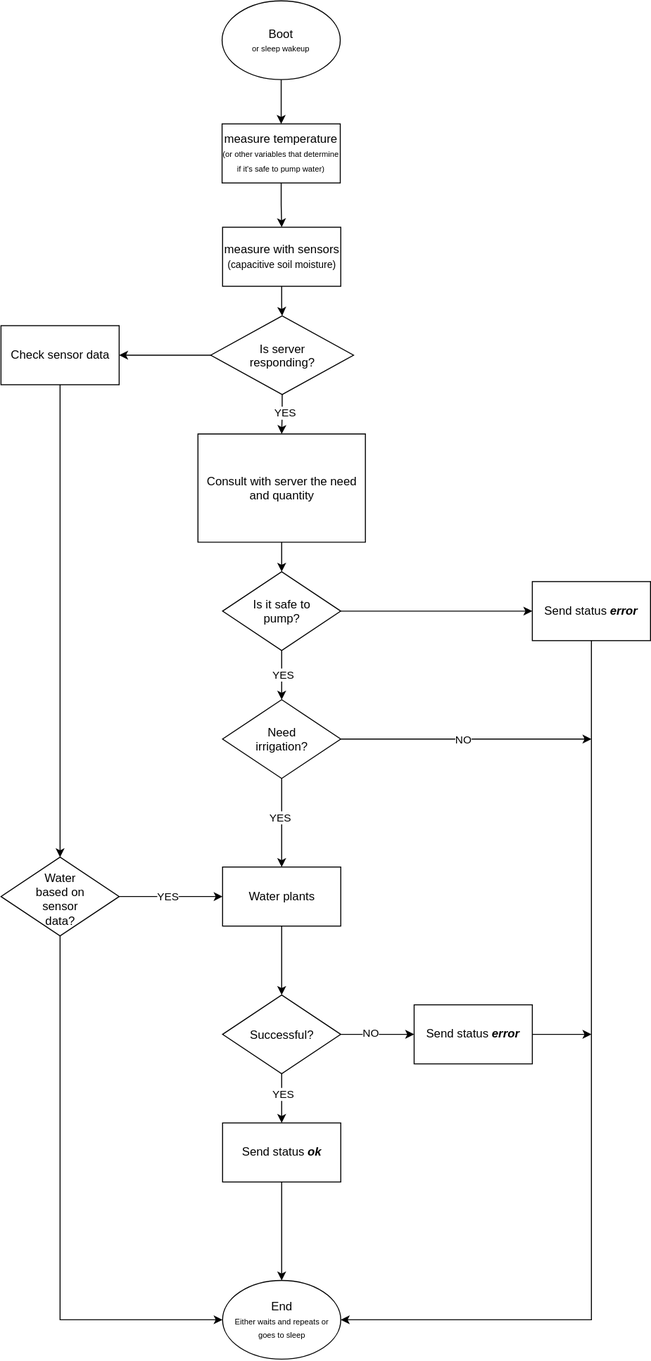
This is software/Zahradnik-flowchart.drawio.svg from DvorakFilip/Zahradnik, a draw.io export, as it was before one commit. Source tidied: cells renumbered, new cells last; positions are measured from the earlier drawing's top-left corner, leaving out a move shared by most shapes.
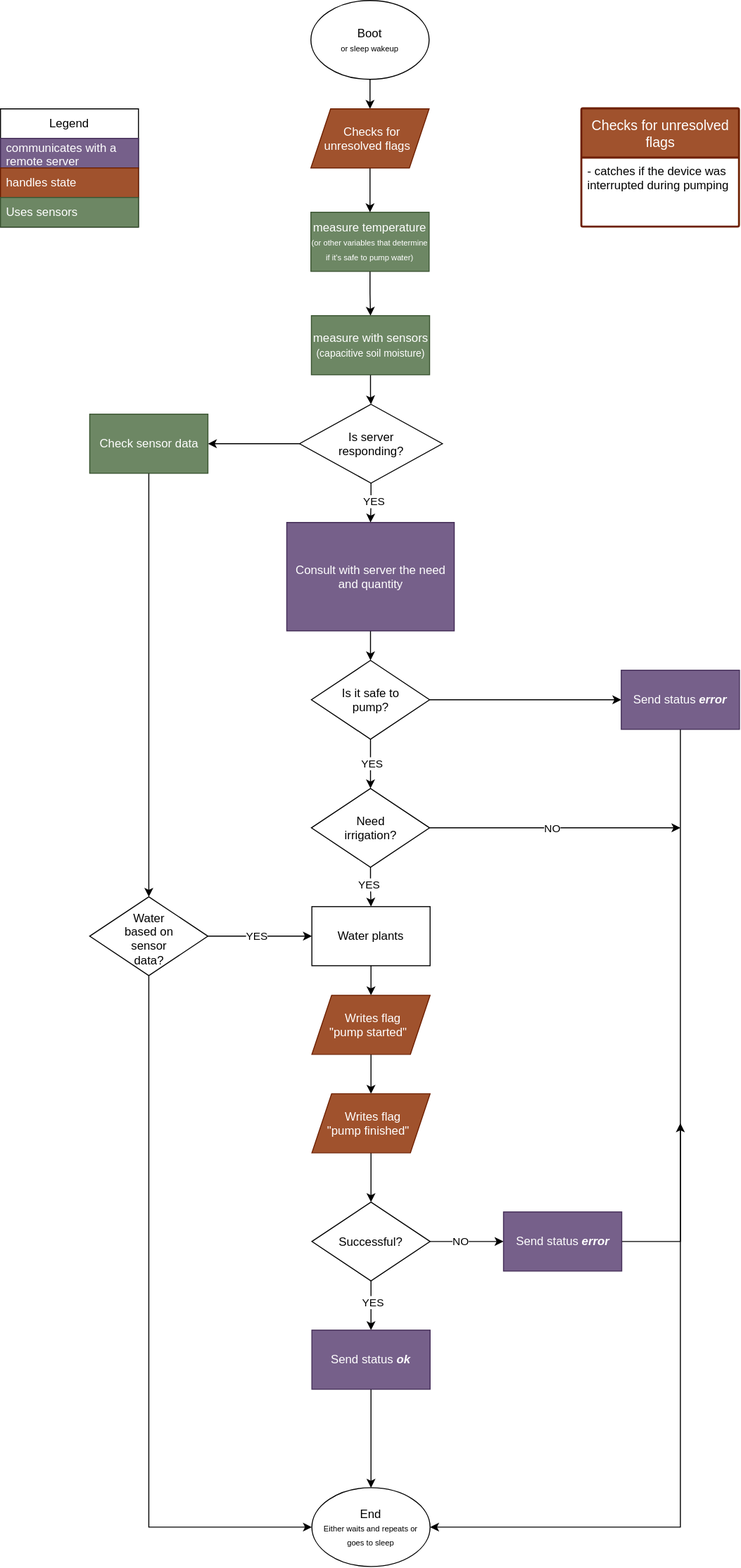
The same diagram one commit later.

Diff of the diagram source:
```diff
@@ -2,25 +2,25 @@
   <root>
     <mxCell id="0" />
     <mxCell id="1" parent="0" />
-    <mxCell id="2" style="edgeStyle=orthogonalEdgeStyle;rounded=0;jettySize=auto;html=1;entryX=0.5;entryY=0;entryDx=0;entryDy=0;defaultLabelBackgroundColor=page;" parent="1" edge="1" source="3" target="6">
-      <mxGeometry relative="1" as="geometry" />
-    </mxCell>
+    <mxCell id="43" style="edgeStyle=orthogonalEdgeStyle;rounded=0;jettySize=auto;html=1;entryX=0.5;entryY=0;entryDx=0;entryDy=0;defaultLabelBackgroundColor=page;" parent="1" edge="1" source="3" target="50">
+      <mxGeometry relative="1" as="geometry" />
+    </mxCell>
     <mxCell id="3" value="Boot&lt;div&gt;&lt;font style=&quot;font-size: 8px;&quot;&gt;or sleep wakeup&lt;/font&gt;&lt;/div&gt;" style="ellipse;whiteSpace=wrap;html=1;shapeInside=1;" parent="1" vertex="1">
-      <mxGeometry x="225" width="120" height="80" as="geometry" />
+      <mxGeometry x="225" y="-90" width="120" height="80" as="geometry" />
     </mxCell>
     <mxCell id="4" value="End&lt;div&gt;&lt;div&gt;&lt;font style=&quot;font-size: 8px;&quot;&gt;Either waits and repeats or goes to sleep&lt;/font&gt;&lt;/div&gt;&lt;/div&gt;" style="ellipse;whiteSpace=wrap;html=1;shapeInside=1;" parent="1" vertex="1">
-      <mxGeometry x="225.5" y="1300" width="120" height="80" as="geometry" />
+      <mxGeometry x="226" y="1420" width="120" height="80" as="geometry" />
     </mxCell>
     <mxCell id="5" style="edgeStyle=orthogonalEdgeStyle;rounded=0;jettySize=auto;html=1;entryX=0.5;entryY=0;entryDx=0;entryDy=0;defaultLabelBackgroundColor=page;" parent="1" edge="1" source="6" target="8">
       <mxGeometry relative="1" as="geometry" />
     </mxCell>
-    <mxCell id="6" value="&lt;div&gt;measure temperature&lt;/div&gt;&lt;div&gt;&lt;font style=&quot;font-size: 8px;&quot;&gt;(or other variables that determine if it's safe to pump water)&lt;/font&gt;&lt;/div&gt;" style="whiteSpace=wrap;html=1;" parent="1" vertex="1">
+    <mxCell id="6" value="&lt;div&gt;measure temperature&lt;/div&gt;&lt;div&gt;&lt;font style=&quot;font-size: 8px;&quot;&gt;(or other variables that determine if it's safe to pump water)&lt;/font&gt;&lt;/div&gt;" style="whiteSpace=wrap;html=1;fillColor=#6d8764;fontColor=#ffffff;strokeColor=#3A5431;" parent="1" vertex="1">
       <mxGeometry x="225" y="125" width="120" height="60" as="geometry" />
     </mxCell>
     <mxCell id="7" style="edgeStyle=orthogonalEdgeStyle;rounded=0;jettySize=auto;html=1;defaultLabelBackgroundColor=page;" parent="1" edge="1" source="8" target="18">
       <mxGeometry relative="1" as="geometry" />
     </mxCell>
-    <mxCell id="8" value="&lt;div&gt;measure with sensors&lt;/div&gt;&lt;div&gt;&lt;font size=&quot;1&quot;&gt;(capacitive soil moisture)&lt;/font&gt;&lt;/div&gt;" style="whiteSpace=wrap;html=1;" parent="1" vertex="1">
+    <mxCell id="8" value="&lt;div&gt;measure with sensors&lt;/div&gt;&lt;div&gt;&lt;font size=&quot;1&quot;&gt;(capacitive soil moisture)&lt;/font&gt;&lt;/div&gt;" style="whiteSpace=wrap;html=1;fillColor=#6d8764;fontColor=#ffffff;strokeColor=#3A5431;" parent="1" vertex="1">
       <mxGeometry x="225.5" y="230" width="120" height="60" as="geometry" />
     </mxCell>
     <mxCell id="9" style="edgeStyle=orthogonalEdgeStyle;rounded=0;jettySize=auto;html=1;entryX=0.5;entryY=0;entryDx=0;entryDy=0;defaultLabelBackgroundColor=page;" parent="1" edge="1" source="12" target="23">
@@ -38,7 +38,7 @@
     <mxCell id="13" style="edgeStyle=orthogonalEdgeStyle;rounded=0;jettySize=auto;html=1;entryX=1;entryY=0.5;entryDx=0;entryDy=0;defaultLabelBackgroundColor=page;exitX=0.5;exitY=1;exitDx=0;exitDy=0;" parent="1" edge="1" source="14" target="4">
       <mxGeometry x="0.05" relative="1" as="geometry" />
     </mxCell>
-    <mxCell id="14" value="Send status &lt;b&gt;&lt;i&gt;error&lt;/i&gt;&lt;/b&gt;" style="whiteSpace=wrap;html=1;" parent="1" vertex="1">
+    <mxCell id="14" value="Send status &lt;b&gt;&lt;i&gt;error&lt;/i&gt;&lt;/b&gt;" style="whiteSpace=wrap;html=1;fillColor=#76608a;fontColor=#ffffff;strokeColor=#432D57;" parent="1" vertex="1">
       <mxGeometry x="540" y="590" width="120" height="60" as="geometry" />
     </mxCell>
     <mxCell id="15" style="edgeStyle=orthogonalEdgeStyle;rounded=0;jettySize=auto;html=1;defaultLabelBackgroundColor=page;entryX=0.5;entryY=0;entryDx=0;entryDy=0;" parent="1" edge="1" source="18" target="25">
@@ -73,14 +73,14 @@
     <mxCell id="24" style="edgeStyle=orthogonalEdgeStyle;rounded=0;jettySize=auto;html=1;entryX=0.5;entryY=0;entryDx=0;entryDy=0;defaultLabelBackgroundColor=page;" parent="1" edge="1" source="25" target="12">
       <mxGeometry relative="1" as="geometry" />
     </mxCell>
-    <mxCell id="25" value="Consult with server the need and quantity" style="shape=parallelogram;perimeter=parallelogramPerimeter;whiteSpace=wrap;html=1;shapeInside=1;fixedSize=1;size=0;" parent="1" vertex="1">
+    <mxCell id="25" value="Consult with server the need and quantity" style="shape=parallelogram;perimeter=parallelogramPerimeter;whiteSpace=wrap;html=1;shapeInside=1;fixedSize=1;size=0;fillColor=#76608a;fontColor=#ffffff;strokeColor=#432D57;" parent="1" vertex="1">
       <mxGeometry x="200.5" y="440" width="170" height="110" as="geometry" />
     </mxCell>
-    <mxCell id="26" style="edgeStyle=orthogonalEdgeStyle;rounded=0;jettySize=auto;html=1;defaultLabelBackgroundColor=page;" parent="1" edge="1" source="27" target="32">
-      <mxGeometry relative="1" as="geometry" />
-    </mxCell>
+    <mxCell id="44" style="edgeStyle=orthogonalEdgeStyle;rounded=0;jettySize=auto;html=1;entryX=0.5;entryY=0;entryDx=0;entryDy=0;defaultLabelBackgroundColor=page;" parent="1" edge="1" source="27" target="46">
+      <mxGeometry relative="1" as="geometry" />
+    </mxCell>
     <mxCell id="27" value="Water plants" style="whiteSpace=wrap;html=1;" parent="1" vertex="1">
-      <mxGeometry x="225.5" y="880" width="120" height="60" as="geometry" />
+      <mxGeometry x="226" y="830" width="120" height="60" as="geometry" />
     </mxCell>
     <mxCell id="28" style="edgeStyle=orthogonalEdgeStyle;rounded=0;jettySize=auto;html=1;defaultLabelBackgroundColor=page;" parent="1" edge="1" source="32" target="34">
       <mxGeometry relative="1" as="geometry" />
@@ -95,26 +95,26 @@
       <mxGeometry x="-0.16" y="1" relative="1" as="geometry" />
     </mxCell>
     <mxCell id="32" value="Successful?" style="rhombus;whiteSpace=wrap;html=1;shapeInside=1;" parent="1" vertex="1">
-      <mxGeometry x="225.5" y="1010" width="120" height="80" as="geometry" />
+      <mxGeometry x="226" y="1130" width="120" height="80" as="geometry" />
     </mxCell>
     <mxCell id="33" style="edgeStyle=orthogonalEdgeStyle;rounded=0;jettySize=auto;html=1;defaultLabelBackgroundColor=page;" parent="1" edge="1" source="34">
       <mxGeometry relative="1" as="geometry">
         <mxPoint x="600" y="1050" as="targetPoint" />
       </mxGeometry>
     </mxCell>
-    <mxCell id="34" value="Send status &lt;b&gt;&lt;i&gt;error&lt;/i&gt;&lt;/b&gt;" style="whiteSpace=wrap;html=1;" parent="1" vertex="1">
-      <mxGeometry x="420" y="1020" width="120" height="60" as="geometry" />
+    <mxCell id="34" value="Send status &lt;b&gt;&lt;i&gt;error&lt;/i&gt;&lt;/b&gt;" style="whiteSpace=wrap;html=1;fillColor=#76608a;fontColor=#ffffff;strokeColor=#432D57;" parent="1" vertex="1">
+      <mxGeometry x="420.5" y="1140" width="120" height="60" as="geometry" />
     </mxCell>
     <mxCell id="35" style="edgeStyle=orthogonalEdgeStyle;rounded=0;jettySize=auto;html=1;entryX=0.5;entryY=0;entryDx=0;entryDy=0;defaultLabelBackgroundColor=page;" parent="1" edge="1" source="36" target="4">
       <mxGeometry relative="1" as="geometry" />
     </mxCell>
-    <mxCell id="36" value="Send status&amp;nbsp;&lt;b&gt;&lt;i&gt;ok&lt;/i&gt;&lt;/b&gt;" style="whiteSpace=wrap;html=1;" parent="1" vertex="1">
-      <mxGeometry x="225.5" y="1140" width="120" height="60" as="geometry" />
+    <mxCell id="36" value="Send status&amp;nbsp;&lt;b&gt;&lt;i&gt;ok&lt;/i&gt;&lt;/b&gt;" style="whiteSpace=wrap;html=1;fillColor=#76608a;strokeColor=#432D57;fontColor=#ffffff;" parent="1" vertex="1">
+      <mxGeometry x="226" y="1260" width="120" height="60" as="geometry" />
     </mxCell>
     <mxCell id="37" style="edgeStyle=orthogonalEdgeStyle;rounded=0;jettySize=auto;html=1;defaultLabelBackgroundColor=page;" parent="1" edge="1" source="38" target="42">
       <mxGeometry relative="1" as="geometry" />
     </mxCell>
-    <mxCell id="38" value="Check sensor data" style="whiteSpace=wrap;html=1;" parent="1" vertex="1">
+    <mxCell id="38" value="Check sensor data" style="whiteSpace=wrap;html=1;fillColor=#6d8764;fontColor=#ffffff;strokeColor=#3A5431;" parent="1" vertex="1">
       <mxGeometry x="0.5" y="330" width="120" height="60" as="geometry" />
     </mxCell>
     <mxCell id="39" style="edgeStyle=orthogonalEdgeStyle;rounded=0;jettySize=auto;html=1;entryX=0;entryY=0.5;entryDx=0;entryDy=0;defaultLabelBackgroundColor=page;" parent="1" edge="1" source="42" target="27">
@@ -126,12 +126,48 @@
     <mxCell id="41" style="edgeStyle=orthogonalEdgeStyle;rounded=0;jettySize=auto;html=1;entryX=0;entryY=0.5;entryDx=0;entryDy=0;defaultLabelBackgroundColor=page;" parent="1" edge="1" source="42" target="4">
       <mxGeometry relative="1" as="geometry">
         <Array as="points">
-          <mxPoint x="60.5" y="1340" />
+          <mxPoint x="60.5" y="1460" />
         </Array>
       </mxGeometry>
     </mxCell>
     <mxCell id="42" value="Water based on sensor data?" style="rhombus;whiteSpace=wrap;html=1;shapeInside=1;" parent="1" vertex="1">
-      <mxGeometry x="0.5" y="870" width="120" height="80" as="geometry" />
+      <mxGeometry x="0.5" y="820" width="120" height="80" as="geometry" />
     </mxCell>
+    <mxCell id="45" style="edgeStyle=orthogonalEdgeStyle;rounded=0;jettySize=auto;html=1;defaultLabelBackgroundColor=page;" parent="1" edge="1" source="46" target="48">
+      <mxGeometry relative="1" as="geometry" />
+    </mxCell>
+    <mxCell id="46" value="Writes flag &quot;pump started&quot;" style="shape=parallelogram;perimeter=parallelogramPerimeter;whiteSpace=wrap;html=1;shapeInside=1;fixedSize=1;fillColor=#a0522d;fontColor=#ffffff;strokeColor=#6D1F00;" parent="1" vertex="1">
+      <mxGeometry x="226" y="920" width="120" height="60" as="geometry" />
+    </mxCell>
+    <mxCell id="47" style="edgeStyle=orthogonalEdgeStyle;rounded=0;jettySize=auto;html=1;entryX=0.5;entryY=0;entryDx=0;entryDy=0;defaultLabelBackgroundColor=page;" parent="1" edge="1" source="48" target="32">
+      <mxGeometry relative="1" as="geometry" />
+    </mxCell>
+    <mxCell id="48" value="Writes flag &quot;pump finished&quot;" style="shape=parallelogram;perimeter=parallelogramPerimeter;whiteSpace=wrap;html=1;shapeInside=1;fixedSize=1;fillColor=#a0522d;fontColor=#ffffff;strokeColor=#6D1F00;" parent="1" vertex="1">
+      <mxGeometry x="226" y="1020" width="120" height="60" as="geometry" />
+    </mxCell>
+    <mxCell id="49" style="edgeStyle=orthogonalEdgeStyle;rounded=0;jettySize=auto;html=1;entryX=0.5;entryY=0;entryDx=0;entryDy=0;defaultLabelBackgroundColor=page;" parent="1" edge="1" source="50" target="6">
+      <mxGeometry relative="1" as="geometry" />
+    </mxCell>
+    <mxCell id="50" value="Checks for unresolved flags" style="shape=parallelogram;perimeter=parallelogramPerimeter;whiteSpace=wrap;html=1;shapeInside=1;fixedSize=1;fillColor=#a0522d;fontColor=#ffffff;strokeColor=#6D1F00;" parent="1" vertex="1">
+      <mxGeometry x="225" y="20" width="120" height="60" as="geometry" />
+    </mxCell>
+    <mxCell id="51" value="Checks for unresolved flags" style="swimlane;horizontal=1;startSize=50;rounded=1;fontSize=14;fontStyle=0;strokeWidth=2;shadow=0;dashed=0;align=center;arcSize=1;whiteSpace=wrap;html=1;fillColor=#a0522d;fontColor=#ffffff;strokeColor=#6D1F00;" parent="1" vertex="1">
+      <mxGeometry x="500" y="20" width="160" height="120" as="geometry" />
+    </mxCell>
+    <mxCell id="52" value="- catches if the device was interrupted during pumping" style="align=left;strokeColor=none;fillColor=none;spacingLeft=4;spacingRight=4;fontSize=12;verticalAlign=top;html=1;whiteSpace=wrap;" parent="51" vertex="1">
+      <mxGeometry y="50" width="160" height="70" as="geometry" />
+    </mxCell>
+    <mxCell id="53" value="Legend" style="swimlane;fontStyle=0;horizontal=1;startSize=30;whiteSpace=wrap;html=1;" parent="1" vertex="1">
+      <mxGeometry x="-90" y="20" width="140" height="120" as="geometry" />
+    </mxCell>
+    <mxCell id="54" value="communicates with a remote server" style="text;strokeColor=#432D57;fillColor=#76608a;align=left;verticalAlign=middle;spacingLeft=4;spacingRight=4;overflow=hidden;whiteSpace=wrap;html=1;fontColor=#ffffff;" parent="53" vertex="1">
+      <mxGeometry y="30" width="140" height="30" as="geometry" />
+    </mxCell>
+    <mxCell id="55" value="handles state" style="text;strokeColor=#6D1F00;fillColor=#a0522d;align=left;verticalAlign=middle;spacingLeft=4;spacingRight=4;overflow=hidden;whiteSpace=wrap;html=1;fontColor=#ffffff;" parent="53" vertex="1">
+      <mxGeometry y="60" width="140" height="30" as="geometry" />
+    </mxCell>
+    <mxCell id="56" value="Uses sensors" style="text;strokeColor=#3A5431;fillColor=#6d8764;align=left;verticalAlign=middle;spacingLeft=4;spacingRight=4;overflow=hidden;whiteSpace=wrap;html=1;fontColor=#ffffff;" parent="53" vertex="1">
+      <mxGeometry y="90" width="140" height="30" as="geometry" />
+    </mxCell>
   </root>
 </mxGraphModel>
```
